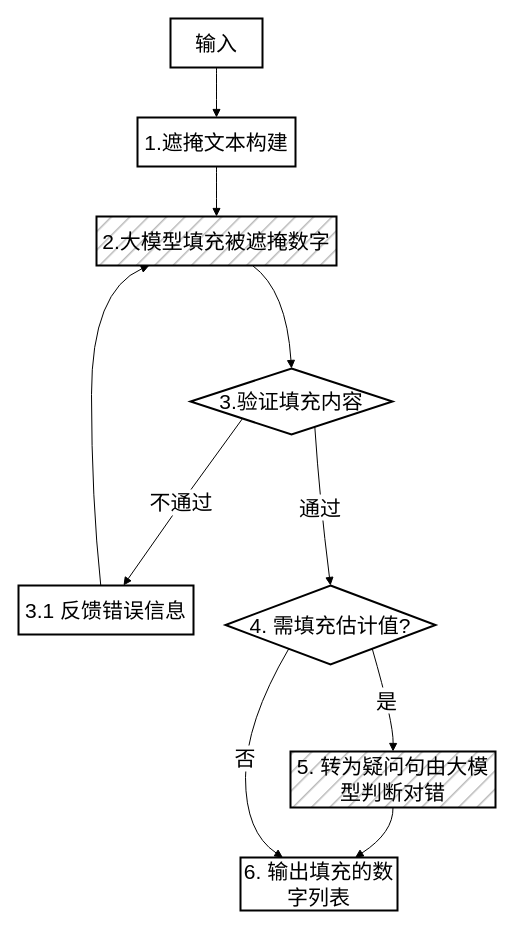
Earlier version of the draw.io diagram payment_report.drawio (CindyZX/drawio_figures). Source tidied: cells renumbered, new cells numbered last; positions are measured from the earlier drawing's top-left corner, leaving out a move shared by most shapes. Both pictures are drawn from the tidied source at 100%, with x=0, y=0 at pixel (18, 18).
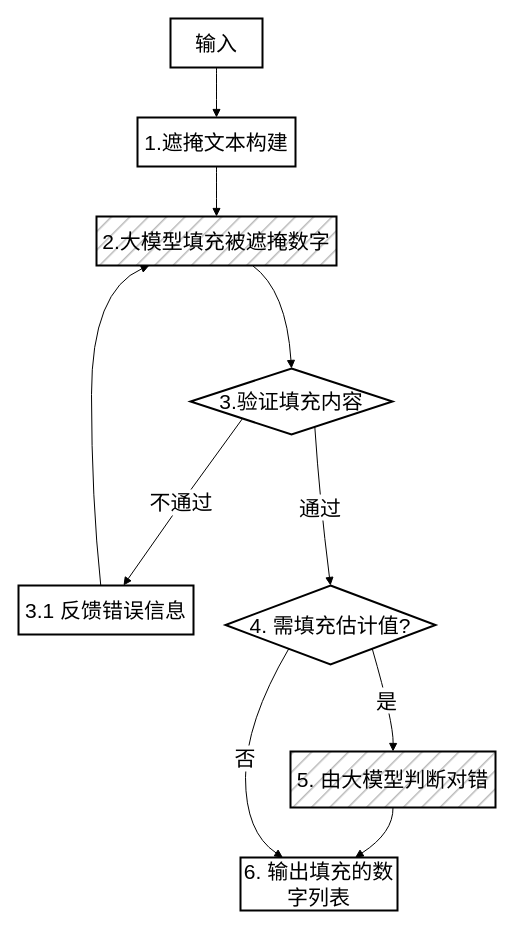
Above is the later version.

What changed in the source:
```diff
@@
-    <mxCell id="8" value="5. 转为疑问句由大模型判断对错" style="whiteSpace=wrap;strokeWidth=2;fontSize=21;fillStyle=hatch;fillColor=#BABABA;" parent="1" vertex="1">
+    <mxCell id="8" value="5. 由大模型判断对错" style="whiteSpace=wrap;strokeWidth=2;fontSize=21;fillStyle=hatch;fillColor=#BABABA;" parent="1" vertex="1">
       <mxGeometry x="272" y="733" width="205" height="56" as="geometry" />
     </mxCell>
```
